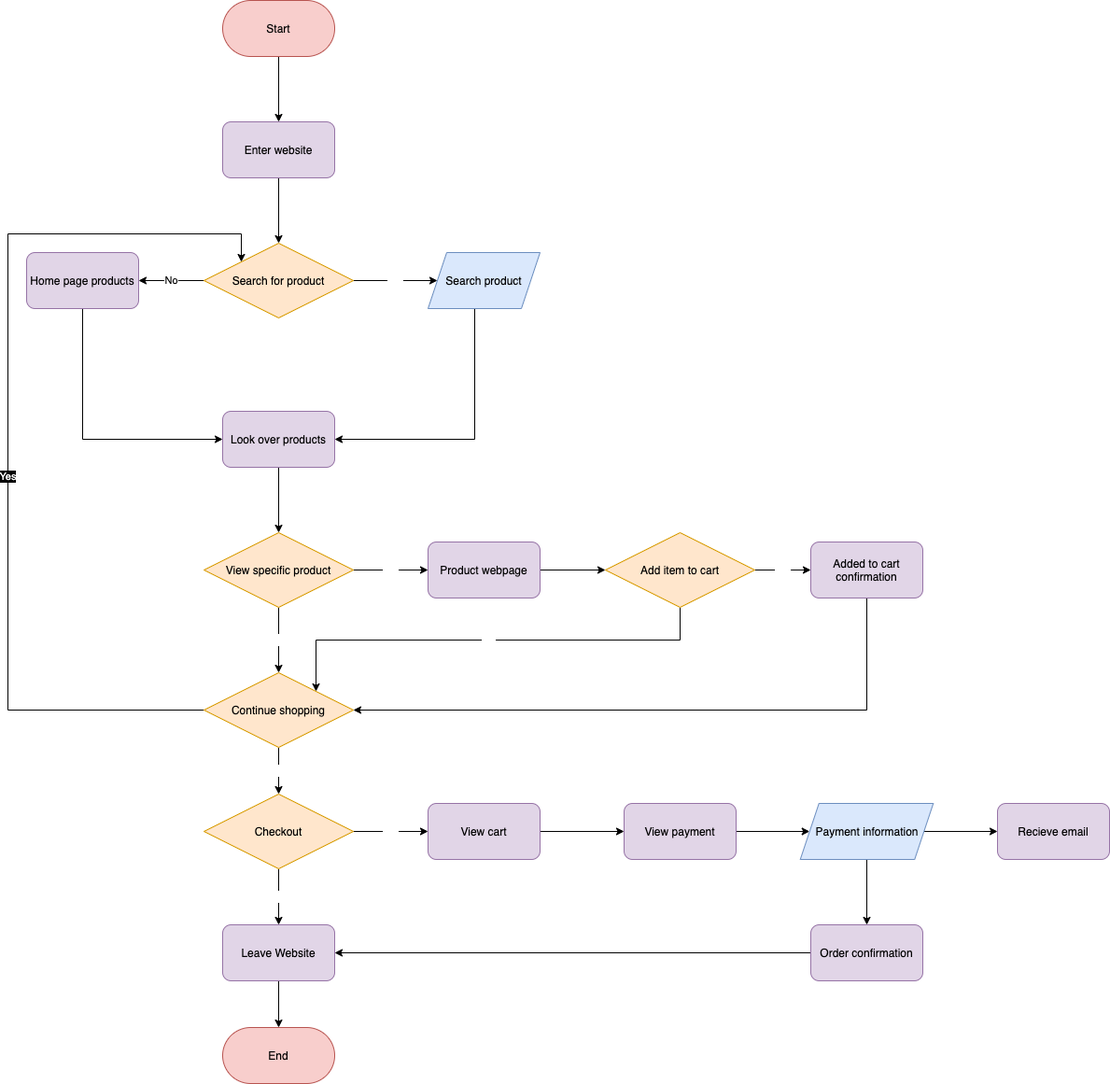
Before: part2/part2.drawio.png, a diagram exported from draw.io (anishatwal/sp21-cse110-lab4). Source tidied: cells renumbered, new cells last; positions are measured from the earlier drawing's top-left corner, leaving out a move shared by most shapes.
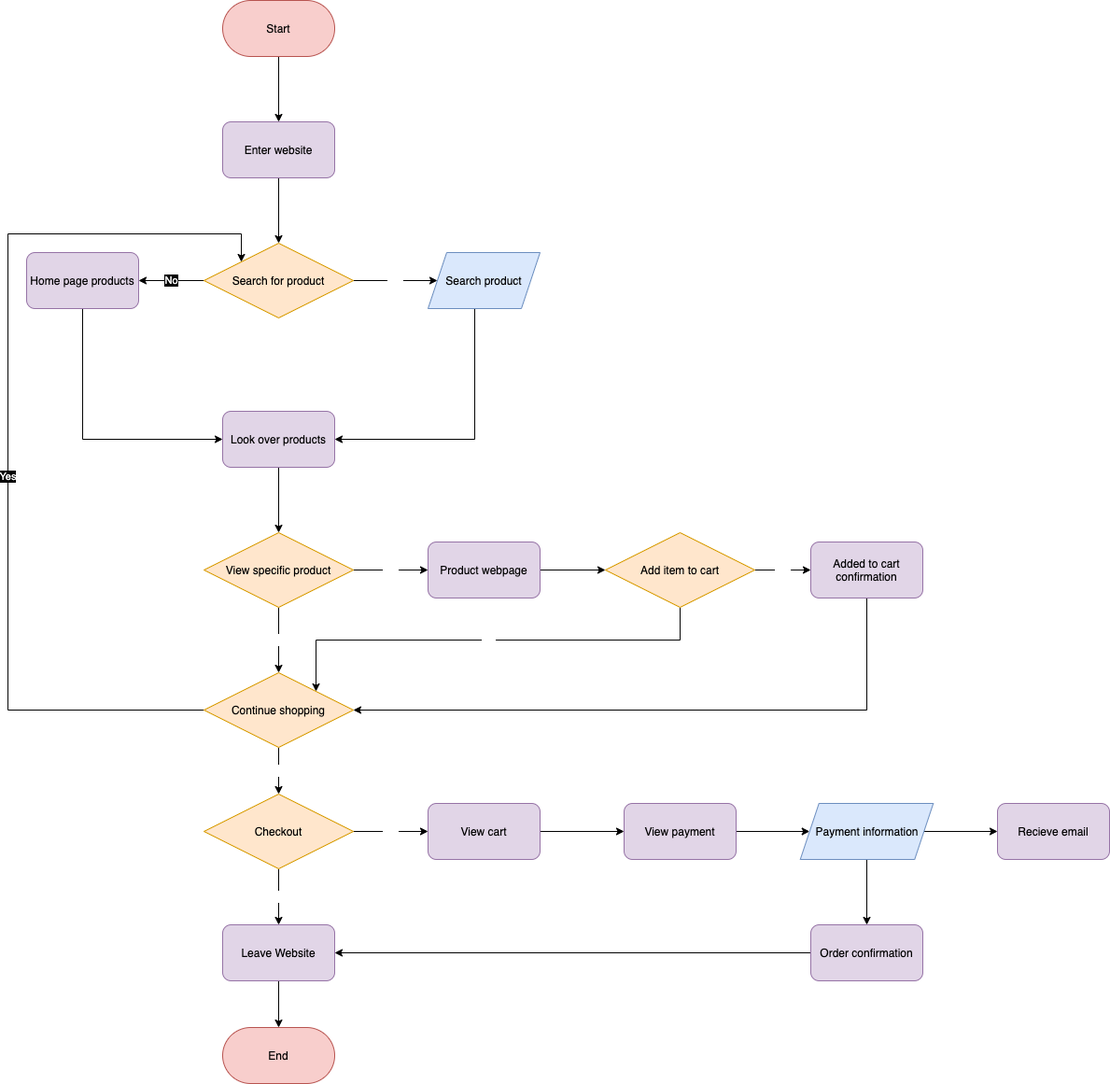
Later version of the same file.

Diff of the diagram source:
```diff
@@ -11,7 +11,7 @@
     <mxCell id="4" value="Yes" style="edgeStyle=orthogonalEdgeStyle;rounded=0;jettySize=auto;html=1;exitX=1;exitY=0.5;exitDx=0;exitDy=0;entryX=0;entryY=0.5;entryDx=0;entryDy=0;fontColor=#FFFFFF;" parent="1" edge="1" source="6" target="12">
       <mxGeometry relative="1" as="geometry" />
     </mxCell>
-    <mxCell id="5" value="&lt;font color=&quot;#000000&quot;&gt;No&lt;/font&gt;" style="edgeStyle=orthogonalEdgeStyle;rounded=0;jettySize=auto;html=1;exitX=0;exitY=0.5;exitDx=0;exitDy=0;entryX=1;entryY=0.5;entryDx=0;entryDy=0;fontColor=#FFFFFF;labelBackgroundColor=#FFFFFF;" parent="1" edge="1" source="6" target="42">
+    <mxCell id="5" value="No" style="edgeStyle=orthogonalEdgeStyle;rounded=0;jettySize=auto;exitX=0;exitY=0.5;exitDx=0;exitDy=0;entryX=1;entryY=0.5;entryDx=0;entryDy=0;fontColor=#FFFFFF;labelBackgroundColor=#000000;html=1;" parent="1" edge="1" source="6" target="42">
       <mxGeometry relative="1" as="geometry" />
     </mxCell>
     <mxCell id="6" value="&lt;font color=&quot;#000000&quot;&gt;Search for product&lt;/font&gt;" style="rhombus;whiteSpace=wrap;html=1;fillColor=#ffe6cc;strokeColor=#d79b00;" parent="1" vertex="1">
```
